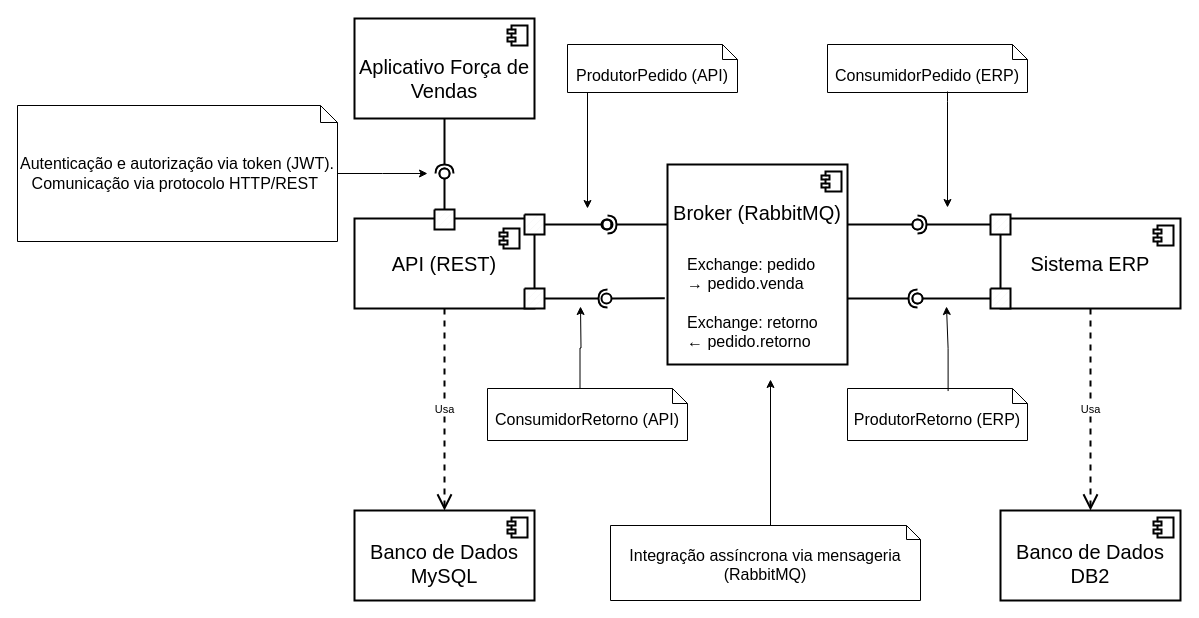
This is tcc-final/artefatos/diagramas/DiagramaComponente.drawio from RicarlosJunior/TCC-MBA-Engenharia-Software-USP-Esalq, a draw.io file, before an edit. Source tidied: cells renumbered, new cells numbered last; positions are measured from the earlier drawing's top-left corner, leaving out a move shared by most shapes. Both pictures are drawn from the tidied source at 100%, with x=0, y=0 at pixel (17, 18).
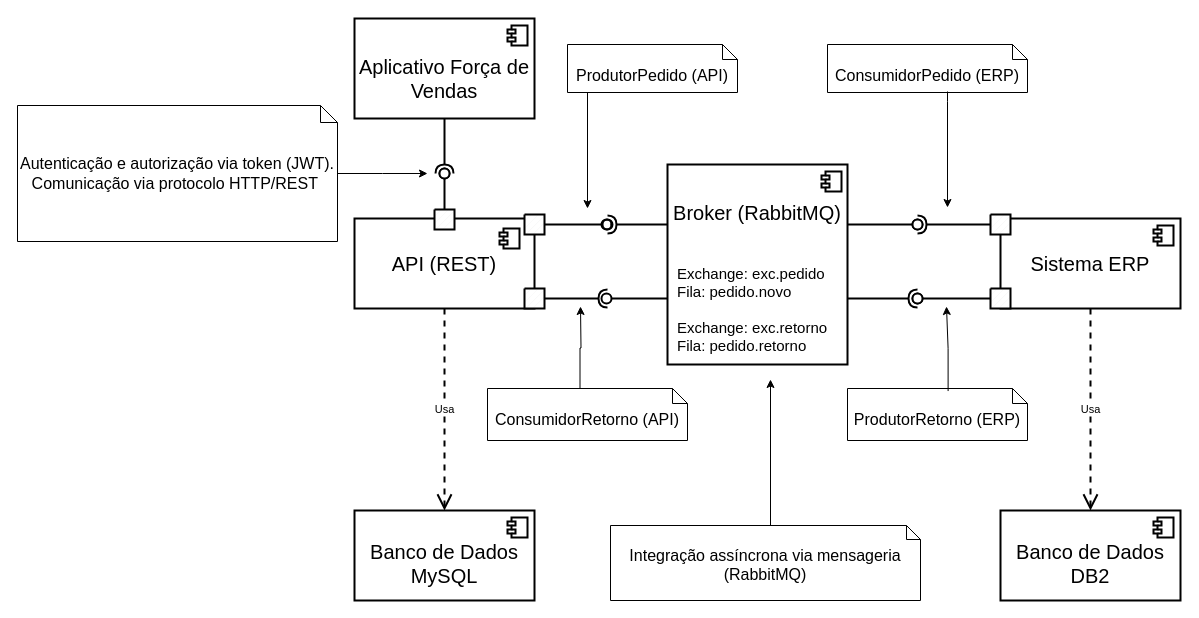
The same diagram, later.

The change refers to these unchanged cells:
```xml
<mxCell id="9" value="Broker (RabbitMQ)" style="whiteSpace=wrap;strokeWidth=2;fontStyle=0;fontSize=20;verticalAlign=top;horizontal=1;labelPosition=center;verticalLabelPosition=middle;align=center;spacingTop=30;" parent="1" vertex="1">
  <mxGeometry x="650" y="146" width="180" height="200" as="geometry" />
</mxCell>
```

Change to the diagram source:
```diff
@@
-    <mxCell id="14" style="rounded=0;jettySize=auto;html=1;endArrow=oval;endFill=0;sketch=0;sourcePerimeterSpacing=0;targetPerimeterSpacing=0;endSize=10;strokeWidth=2;fontStyle=0;fontColor=light-dark(#000000,#000000);exitX=-0.015;exitY=0.669;exitDx=0;exitDy=0;exitPerimeter=0;" parent="1" edge="1" source="9">
+    <mxCell id="14" style="rounded=0;orthogonalLoop=1;jettySize=auto;html=1;endArrow=oval;endFill=0;sketch=0;sourcePerimeterSpacing=0;targetPerimeterSpacing=0;endSize=10;strokeWidth=2;fontStyle=0;fontColor=light-dark(#000000,#000000);" parent="1" edge="1">
       <mxGeometry relative="1" as="geometry">
+        <mxPoint x="650" y="280" as="sourcePoint" />
         <mxPoint x="589" y="280" as="targetPoint" />
       </mxGeometry>
     </mxCell>
@@
-    <mxCell id="50" value="&lt;span&gt;Exchange: pedido&lt;/span&gt;&lt;br&gt;&lt;span&gt;→ pedido.venda&lt;/span&gt;&lt;br&gt;&lt;br&gt;&lt;span&gt;Exchange: retorno&lt;/span&gt;&lt;br&gt;←&amp;nbsp;&lt;span&gt;pedido.retorno&lt;/span&gt;" style="text;whiteSpace=wrap;html=1;fontSize=16;align=left;" parent="1" vertex="1">
-      <mxGeometry x="668" y="230" width="150" height="100" as="geometry" />
+    <mxCell id="50" value="&lt;span&gt;Exchange: exc.pedido&lt;/span&gt;&lt;div&gt;&lt;span&gt;Fila: pedido.novo&lt;/span&gt;&lt;br&gt;&lt;br&gt;&lt;span&gt;Exchange: exc.retorno&lt;/span&gt;&lt;/div&gt;&lt;div&gt;&lt;span&gt;Fila: pedido.retorno&lt;/span&gt;&lt;/div&gt;" style="text;whiteSpace=wrap;html=1;fontSize=15;align=left;" parent="1" vertex="1">
+      <mxGeometry x="658" y="240" width="162" height="100" as="geometry" />
     </mxCell>
```
